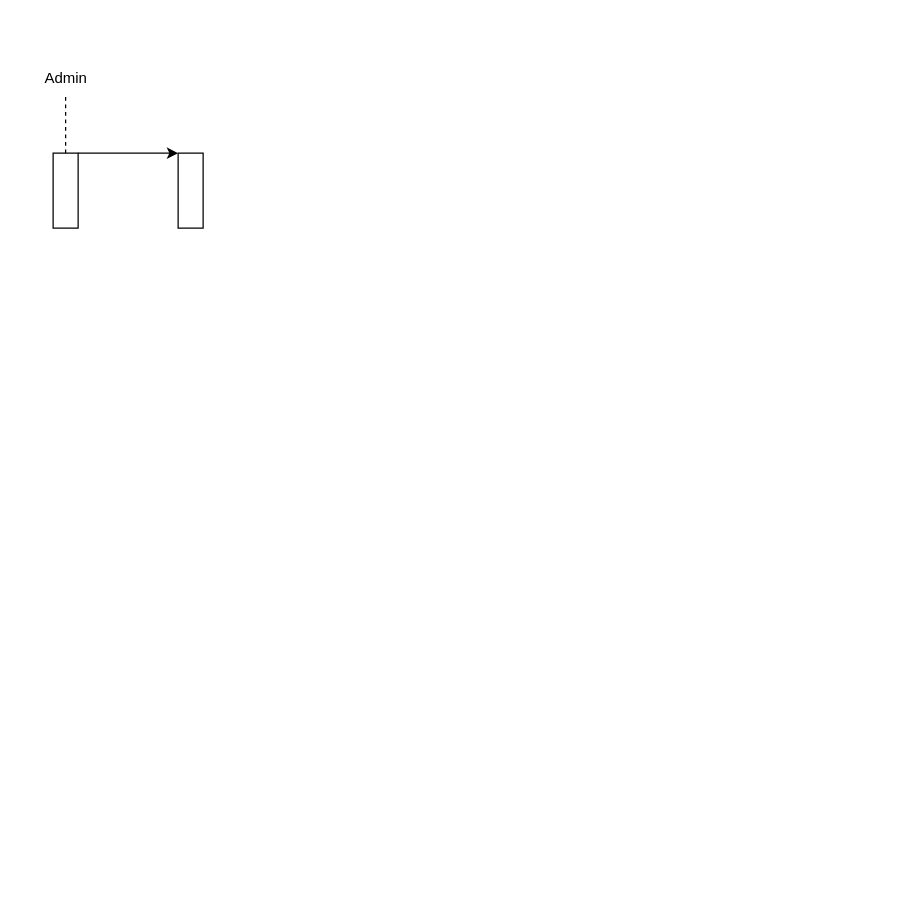
Before: page "Sequence Diagram (Laporan)" (9 of 10) of Untitled Diagram.drawio in Enricko/UML, a draw.io diagram. Source tidied: cells renumbered, new cells numbered last; positions are measured from the earlier drawing's top-left corner, leaving out a move shared by most shapes. Both pictures are drawn from the tidied source at 125%, with x=0, y=0 at pixel (28, 59).
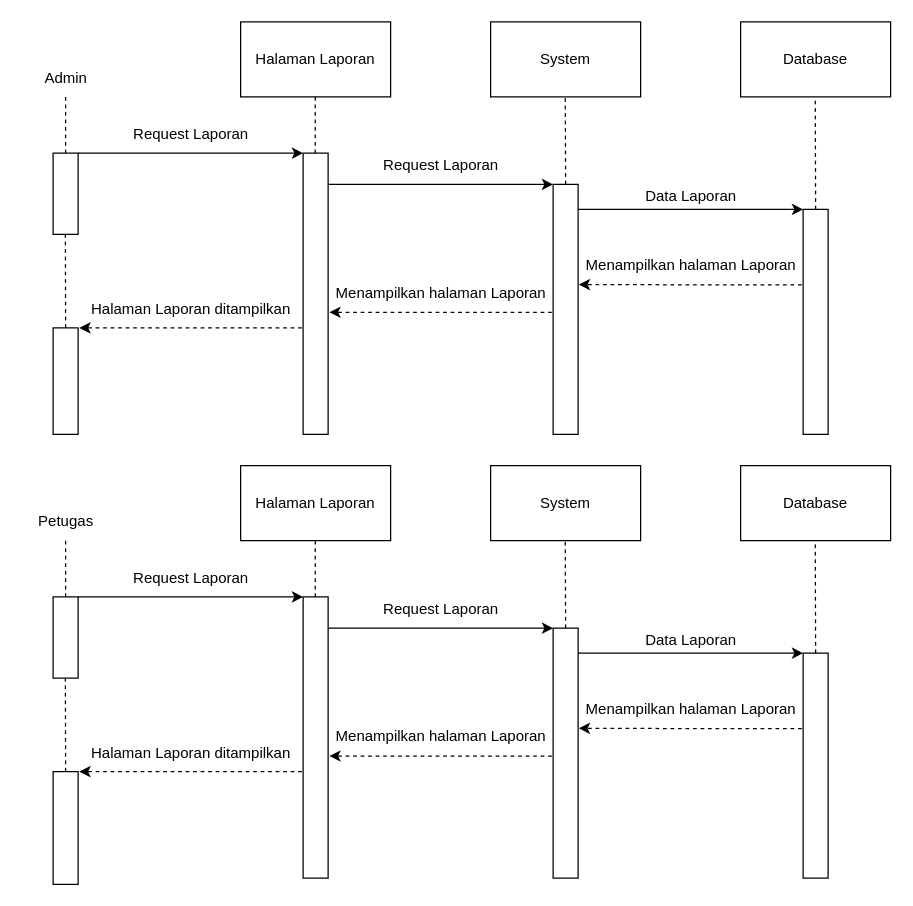
After the change.

The edit, as a diff of the source:
```diff
@@
     <mxCell id="4" style="edgeStyle=orthogonalEdgeStyle;rounded=0;jettySize=auto;html=1;exitX=1;exitY=0;exitDx=0;exitDy=0;entryX=0;entryY=0;entryDx=0;entryDy=0;" parent="1" edge="1" source="5" target="6">
       <mxGeometry relative="1" as="geometry">
         <Array as="points">
-          <mxPoint x="80" y="75" />
-          <mxPoint x="80" y="75" />
+          <mxPoint x="90" y="75" />
+          <mxPoint x="90" y="75" />
         </Array>
       </mxGeometry>
     </mxCell>
     <mxCell id="5" style="rounded=0;whiteSpace=wrap;html=1;" parent="1" vertex="1">
-      <mxGeometry x="20" y="75" width="20" height="60" as="geometry" />
+      <mxGeometry x="20" y="75" width="20" height="65" as="geometry" />
     </mxCell>
     <mxCell id="6" style="rounded=0;whiteSpace=wrap;html=1;" parent="1" vertex="1">
-      <mxGeometry x="120" y="75" width="20" height="60" as="geometry" />
+      <mxGeometry x="220" y="75" width="20" height="225" as="geometry" />
     </mxCell>
+    <mxCell id="7" style="endArrow=none;dashed=1;html=1;rounded=0;exitX=0.5;exitY=0;exitDx=0;exitDy=0;" parent="1" edge="1">
+      <mxGeometry relative="1" as="geometry">
+        <mxPoint x="229.7" y="75" as="sourcePoint" />
+        <mxPoint x="229.7" y="30" as="targetPoint" />
+      </mxGeometry>
+    </mxCell>
+    <mxCell id="8" value="Halaman Laporan" style="whiteSpace=wrap;html=1;" parent="1" vertex="1">
+      <mxGeometry x="170" y="-30" width="120" height="60" as="geometry" />
+    </mxCell>
+    <mxCell id="9" style="rounded=0;whiteSpace=wrap;html=1;" parent="1" vertex="1">
+      <mxGeometry x="420" y="100" width="20" height="200" as="geometry" />
+    </mxCell>
+    <mxCell id="10" style="endArrow=none;dashed=1;html=1;rounded=0;exitX=0.5;exitY=0;exitDx=0;exitDy=0;" parent="1" edge="1" source="9">
+      <mxGeometry relative="1" as="geometry">
+        <mxPoint x="429.7" y="30" as="targetPoint" />
+      </mxGeometry>
+    </mxCell>
+    <mxCell id="11" value="System" style="whiteSpace=wrap;html=1;" parent="1" vertex="1">
+      <mxGeometry x="370" y="-30" width="120" height="60" as="geometry" />
+    </mxCell>
+    <mxCell id="12" style="endArrow=classic;html=1;rounded=0;exitX=1.017;exitY=0.111;exitDx=0;exitDy=0;entryX=0;entryY=0;entryDx=0;entryDy=0;exitPerimeter=0;" parent="1" edge="1" source="6" target="9">
+      <mxGeometry relative="1" as="geometry" />
+    </mxCell>
+    <mxCell id="13" value="Request Laporan" style="text;html=1;align=center;verticalAlign=middle;strokeColor=none;fillColor=none;" parent="1" vertex="1">
+      <mxGeometry x="70" y="45" width="120" height="30" as="geometry" />
+    </mxCell>
+    <mxCell id="14" value="Request Laporan" style="text;html=1;align=center;verticalAlign=middle;strokeColor=none;fillColor=none;" parent="1" vertex="1">
+      <mxGeometry x="270" y="70" width="120" height="30" as="geometry" />
+    </mxCell>
+    <mxCell id="15" style="rounded=0;whiteSpace=wrap;html=1;" parent="1" vertex="1">
+      <mxGeometry x="620" y="120" width="20" height="180" as="geometry" />
+    </mxCell>
+    <mxCell id="16" style="endArrow=none;dashed=1;html=1;rounded=0;exitX=0.5;exitY=0;exitDx=0;exitDy=0;" parent="1" edge="1" source="15">
+      <mxGeometry relative="1" as="geometry">
+        <mxPoint x="629.7" y="30" as="targetPoint" />
+      </mxGeometry>
+    </mxCell>
+    <mxCell id="17" value="Database" style="whiteSpace=wrap;html=1;" parent="1" vertex="1">
+      <mxGeometry x="570" y="-30" width="120" height="60" as="geometry" />
+    </mxCell>
+    <mxCell id="18" style="endArrow=classic;html=1;rounded=0;exitX=1.017;exitY=0.111;exitDx=0;exitDy=0;entryX=0;entryY=0;entryDx=0;entryDy=0;exitPerimeter=0;" parent="1" edge="1">
+      <mxGeometry relative="1" as="geometry">
+        <mxPoint x="440" y="120" as="sourcePoint" />
+        <mxPoint x="620" y="120" as="targetPoint" />
+      </mxGeometry>
+    </mxCell>
+    <mxCell id="19" value="Data Laporan" style="text;html=1;align=center;verticalAlign=middle;strokeColor=none;fillColor=none;" parent="1" vertex="1">
+      <mxGeometry x="480" y="95" width="100" height="30" as="geometry" />
+    </mxCell>
+    <mxCell id="20" style="endArrow=classic;html=1;rounded=0;dashed=1;exitX=-0.055;exitY=0.336;exitDx=0;exitDy=0;exitPerimeter=0;entryX=1.029;entryY=0.401;entryDx=0;entryDy=0;entryPerimeter=0;" parent="1" edge="1" source="15" target="9">
+      <mxGeometry relative="1" as="geometry" />
+    </mxCell>
+    <mxCell id="21" value="Menampilkan halaman Laporan" style="text;html=1;align=center;verticalAlign=middle;strokeColor=none;fillColor=none;" parent="1" vertex="1">
+      <mxGeometry x="435" y="150" width="190" height="30" as="geometry" />
+    </mxCell>
+    <mxCell id="22" style="endArrow=classic;html=1;rounded=0;dashed=1;exitX=-0.055;exitY=0.336;exitDx=0;exitDy=0;exitPerimeter=0;entryX=1.029;entryY=0.401;entryDx=0;entryDy=0;entryPerimeter=0;" parent="1" edge="1">
+      <mxGeometry relative="1" as="geometry">
+        <mxPoint x="419" y="202.3" as="sourcePoint" />
+        <mxPoint x="241" y="202.3" as="targetPoint" />
+      </mxGeometry>
+    </mxCell>
+    <mxCell id="23" value="Menampilkan halaman Laporan" style="text;html=1;align=center;verticalAlign=middle;strokeColor=none;fillColor=none;" parent="1" vertex="1">
+      <mxGeometry x="235" y="172.3" width="190" height="30" as="geometry" />
+    </mxCell>
+    <mxCell id="24" style="endArrow=classic;html=1;rounded=0;dashed=1;exitX=-0.055;exitY=0.336;exitDx=0;exitDy=0;exitPerimeter=0;entryX=1.029;entryY=0.401;entryDx=0;entryDy=0;entryPerimeter=0;" parent="1" edge="1">
+      <mxGeometry relative="1" as="geometry">
+        <mxPoint x="219" y="214.8" as="sourcePoint" />
+        <mxPoint x="41" y="214.8" as="targetPoint" />
+      </mxGeometry>
+    </mxCell>
+    <mxCell id="25" value="Halaman Laporan ditampilkan" style="text;html=1;align=center;verticalAlign=middle;strokeColor=none;fillColor=none;" parent="1" vertex="1">
+      <mxGeometry x="40" y="184.8" width="180" height="30" as="geometry" />
+    </mxCell>
+    <mxCell id="26" style="rounded=0;whiteSpace=wrap;html=1;" parent="1" vertex="1">
+      <mxGeometry x="20" y="214.8" width="20" height="85.2" as="geometry" />
+    </mxCell>
+    <mxCell id="27" style="endArrow=none;dashed=1;html=1;rounded=0;exitX=0.5;exitY=0;exitDx=0;exitDy=0;" parent="1" edge="1" source="26">
+      <mxGeometry relative="1" as="geometry">
+        <mxPoint x="29.8" y="140" as="targetPoint" />
+      </mxGeometry>
+    </mxCell>
+    <mxCell id="28" style="endArrow=none;dashed=1;html=1;rounded=0;exitX=0.5;exitY=0;exitDx=0;exitDy=0;" parent="1" edge="1" source="31" target="29">
+      <mxGeometry relative="1" as="geometry" />
+    </mxCell>
+    <mxCell id="29" value="Petugas" style="text;html=1;align=center;verticalAlign=middle;points=[];strokeColor=none;fillColor=none;" parent="1" vertex="1">
+      <mxGeometry x="-5" y="355" width="70" height="30" as="geometry" />
+    </mxCell>
+    <mxCell id="30" style="edgeStyle=orthogonalEdgeStyle;rounded=0;jettySize=auto;html=1;exitX=1;exitY=0;exitDx=0;exitDy=0;entryX=0;entryY=0;entryDx=0;entryDy=0;" parent="1" edge="1" source="31" target="32">
+      <mxGeometry relative="1" as="geometry">
+        <Array as="points">
+          <mxPoint x="90" y="430" />
+          <mxPoint x="90" y="430" />
+        </Array>
+      </mxGeometry>
+    </mxCell>
+    <mxCell id="31" style="rounded=0;whiteSpace=wrap;html=1;" parent="1" vertex="1">
+      <mxGeometry x="20" y="430" width="20" height="65" as="geometry" />
+    </mxCell>
+    <mxCell id="32" style="rounded=0;whiteSpace=wrap;html=1;" parent="1" vertex="1">
+      <mxGeometry x="220" y="430" width="20" height="225" as="geometry" />
+    </mxCell>
+    <mxCell id="33" style="endArrow=none;dashed=1;html=1;rounded=0;exitX=0.5;exitY=0;exitDx=0;exitDy=0;" parent="1" edge="1">
+      <mxGeometry relative="1" as="geometry">
+        <mxPoint x="229.7" y="430" as="sourcePoint" />
+        <mxPoint x="229.7" y="385" as="targetPoint" />
+      </mxGeometry>
+    </mxCell>
+    <mxCell id="34" value="Halaman Laporan" style="whiteSpace=wrap;html=1;" parent="1" vertex="1">
+      <mxGeometry x="170" y="325" width="120" height="60" as="geometry" />
+    </mxCell>
+    <mxCell id="35" style="rounded=0;whiteSpace=wrap;html=1;" parent="1" vertex="1">
+      <mxGeometry x="420" y="455" width="20" height="200" as="geometry" />
+    </mxCell>
+    <mxCell id="36" style="endArrow=none;dashed=1;html=1;rounded=0;exitX=0.5;exitY=0;exitDx=0;exitDy=0;" parent="1" edge="1" source="35">
+      <mxGeometry relative="1" as="geometry">
+        <mxPoint x="429.7" y="385" as="targetPoint" />
+      </mxGeometry>
+    </mxCell>
+    <mxCell id="37" value="System" style="whiteSpace=wrap;html=1;" parent="1" vertex="1">
+      <mxGeometry x="370" y="325" width="120" height="60" as="geometry" />
+    </mxCell>
+    <mxCell id="38" style="endArrow=classic;html=1;rounded=0;exitX=1.017;exitY=0.111;exitDx=0;exitDy=0;entryX=0;entryY=0;entryDx=0;entryDy=0;exitPerimeter=0;" parent="1" edge="1" source="32" target="35">
+      <mxGeometry relative="1" as="geometry" />
+    </mxCell>
+    <mxCell id="39" value="Request Laporan" style="text;html=1;align=center;verticalAlign=middle;strokeColor=none;fillColor=none;" parent="1" vertex="1">
+      <mxGeometry x="70" y="400" width="120" height="30" as="geometry" />
+    </mxCell>
+    <mxCell id="40" value="Request Laporan" style="text;html=1;align=center;verticalAlign=middle;strokeColor=none;fillColor=none;" parent="1" vertex="1">
+      <mxGeometry x="270" y="425" width="120" height="30" as="geometry" />
+    </mxCell>
+    <mxCell id="41" style="rounded=0;whiteSpace=wrap;html=1;" parent="1" vertex="1">
+      <mxGeometry x="620" y="475" width="20" height="180" as="geometry" />
+    </mxCell>
+    <mxCell id="42" style="endArrow=none;dashed=1;html=1;rounded=0;exitX=0.5;exitY=0;exitDx=0;exitDy=0;" parent="1" edge="1" source="41">
+      <mxGeometry relative="1" as="geometry">
+        <mxPoint x="629.7" y="385" as="targetPoint" />
+      </mxGeometry>
+    </mxCell>
+    <mxCell id="43" value="Database" style="whiteSpace=wrap;html=1;" parent="1" vertex="1">
+      <mxGeometry x="570" y="325" width="120" height="60" as="geometry" />
+    </mxCell>
+    <mxCell id="44" style="endArrow=classic;html=1;rounded=0;exitX=1.017;exitY=0.111;exitDx=0;exitDy=0;entryX=0;entryY=0;entryDx=0;entryDy=0;exitPerimeter=0;" parent="1" edge="1">
+      <mxGeometry relative="1" as="geometry">
+        <mxPoint x="440" y="475" as="sourcePoint" />
+        <mxPoint x="620" y="475" as="targetPoint" />
+      </mxGeometry>
+    </mxCell>
+    <mxCell id="45" value="Data Laporan" style="text;html=1;align=center;verticalAlign=middle;strokeColor=none;fillColor=none;" parent="1" vertex="1">
+      <mxGeometry x="480" y="450" width="100" height="30" as="geometry" />
+    </mxCell>
+    <mxCell id="46" style="endArrow=classic;html=1;rounded=0;dashed=1;exitX=-0.055;exitY=0.336;exitDx=0;exitDy=0;exitPerimeter=0;entryX=1.029;entryY=0.401;entryDx=0;entryDy=0;entryPerimeter=0;" parent="1" edge="1" source="41" target="35">
+      <mxGeometry relative="1" as="geometry" />
+    </mxCell>
+    <mxCell id="47" value="Menampilkan halaman Laporan" style="text;html=1;align=center;verticalAlign=middle;strokeColor=none;fillColor=none;" parent="1" vertex="1">
+      <mxGeometry x="435" y="505" width="190" height="30" as="geometry" />
+    </mxCell>
+    <mxCell id="48" style="endArrow=classic;html=1;rounded=0;dashed=1;exitX=-0.055;exitY=0.336;exitDx=0;exitDy=0;exitPerimeter=0;entryX=1.029;entryY=0.401;entryDx=0;entryDy=0;entryPerimeter=0;" parent="1" edge="1">
+      <mxGeometry relative="1" as="geometry">
+        <mxPoint x="419" y="557.3" as="sourcePoint" />
+        <mxPoint x="241" y="557.3" as="targetPoint" />
+      </mxGeometry>
+    </mxCell>
+    <mxCell id="49" value="Menampilkan halaman Laporan" style="text;html=1;align=center;verticalAlign=middle;strokeColor=none;fillColor=none;" parent="1" vertex="1">
+      <mxGeometry x="235" y="527.3" width="190" height="30" as="geometry" />
+    </mxCell>
+    <mxCell id="50" style="endArrow=classic;html=1;rounded=0;dashed=1;exitX=-0.055;exitY=0.336;exitDx=0;exitDy=0;exitPerimeter=0;entryX=1.029;entryY=0.401;entryDx=0;entryDy=0;entryPerimeter=0;" parent="1" edge="1">
+      <mxGeometry relative="1" as="geometry">
+        <mxPoint x="219" y="569.8" as="sourcePoint" />
+        <mxPoint x="41" y="569.8" as="targetPoint" />
+      </mxGeometry>
+    </mxCell>
+    <mxCell id="51" value="Halaman Laporan ditampilkan" style="text;html=1;align=center;verticalAlign=middle;strokeColor=none;fillColor=none;" parent="1" vertex="1">
+      <mxGeometry x="40" y="539.8" width="180" height="30" as="geometry" />
+    </mxCell>
+    <mxCell id="52" style="rounded=0;whiteSpace=wrap;html=1;" parent="1" vertex="1">
+      <mxGeometry x="20" y="569.8" width="20" height="90.2" as="geometry" />
+    </mxCell>
+    <mxCell id="53" style="endArrow=none;dashed=1;html=1;rounded=0;exitX=0.5;exitY=0;exitDx=0;exitDy=0;" parent="1" edge="1" source="52">
+      <mxGeometry relative="1" as="geometry">
+        <mxPoint x="29.8" y="495" as="targetPoint" />
+      </mxGeometry>
+    </mxCell>
```
